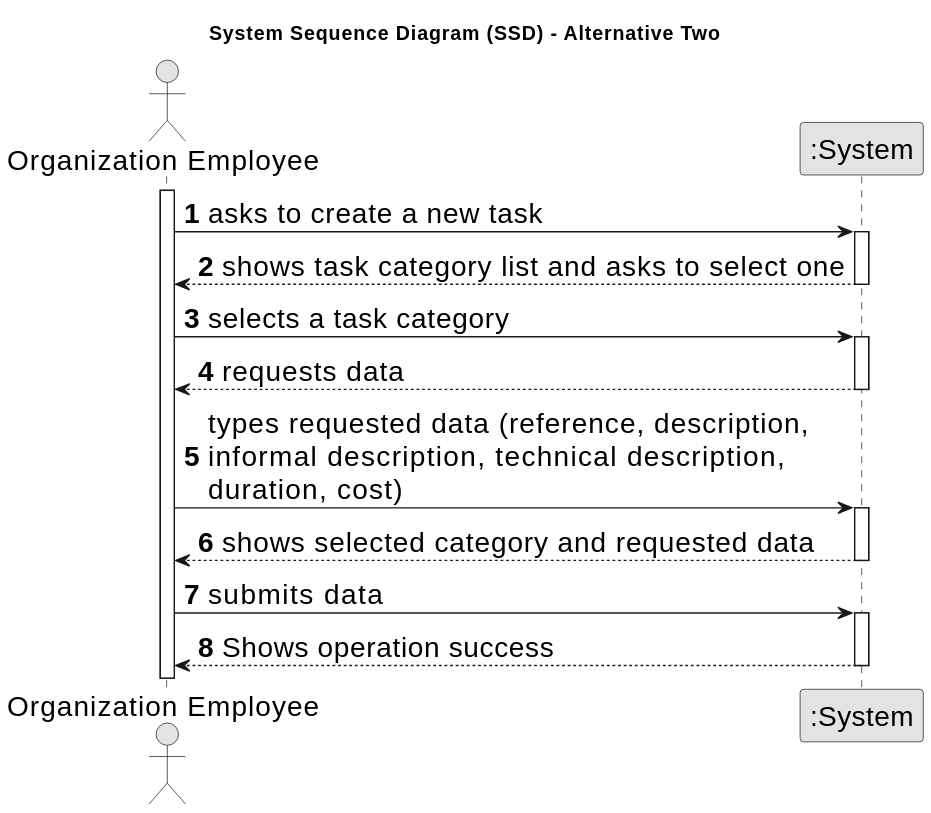
The PlantUML diagram docs/sprintA/us001/01.requirements-engineering/svg/us001-system-sequence-diagram-alternative-two.svg in Goncalves2525/real-estate-management-system, before a commit. Its diagram source:
```plantuml
@startuml
skinparamlocked defaultFontSize 20
skinparam monochrome true
skinparam packageStyle rectangle
skinparam shadowing false

title System Sequence Diagram (SSD) - Alternative Two

autonumber

actor "Organization Employee" as Employee
participant ":System" as System

activate Employee

    Employee -> System : asks to create a new task
    activate System

        System --> Employee : shows task category list and asks to select one
    deactivate System

    Employee -> System : selects a task category
    activate System

        System --> Employee : requests data
    deactivate System

    Employee -> System : types requested data (reference, description, \ninformal description, technical description,\nduration, cost)
    activate System

        System --> Employee : shows selected category and requested data
    deactivate System

    Employee -> System : submits data
    activate System

        System --> Employee : Shows operation success
    deactivate System
@enduml
```
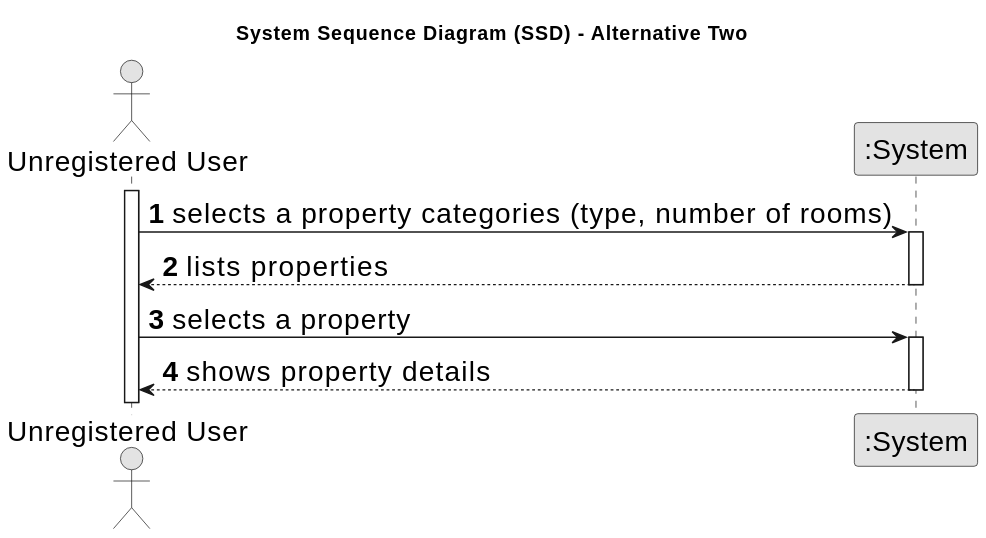
After the change.

Commit message:
-Finished User story 1 text (for now) -Created 2 SSD's -Used script in the top folder directory

The edit, as a diff of the source:
```diff
@@ -8,32 +8,21 @@
 
 autonumber
 
-actor "Organization Employee" as Employee
+actor "Unregistered User" as User
 participant ":System" as System
 
-activate Employee
+activate User
 
-    Employee -> System : asks to create a new task
+    User -> System : selects a property categories (type, number of rooms)
     activate System
 
-        System --> Employee : shows task category list and asks to select one
+        System --> User : lists properties
     deactivate System
 
-    Employee -> System : selects a task category
+
+    User -> System : selects a property
     activate System
 
-        System --> Employee : requests data
-    deactivate System
-
-    Employee -> System : types requested data (reference, description, \ninformal description, technical description,\nduration, cost)
-    activate System
-
-        System --> Employee : shows selected category and requested data
-    deactivate System
-
-    Employee -> System : submits data
-    activate System
-
-        System --> Employee : Shows operation success
+        System --> User : shows property details
     deactivate System
 @enduml
```
